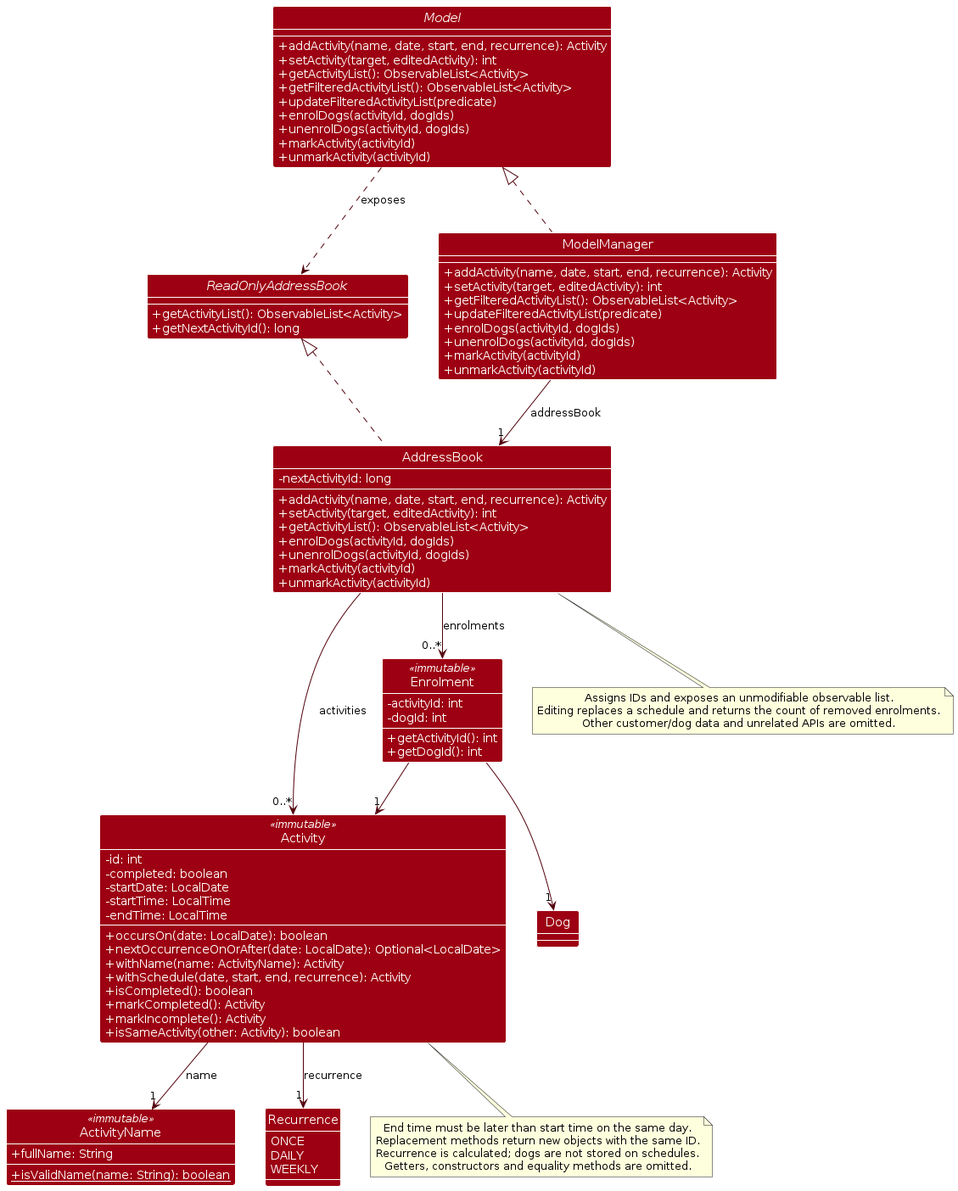
Before: diagrams/ActivityClassDiagram.png, a diagram exported from PlantUML (AY2627S1-CS2103T-T15-4/tp). Its source is kept beside it as diagrams/ActivityClassDiagram.puml.
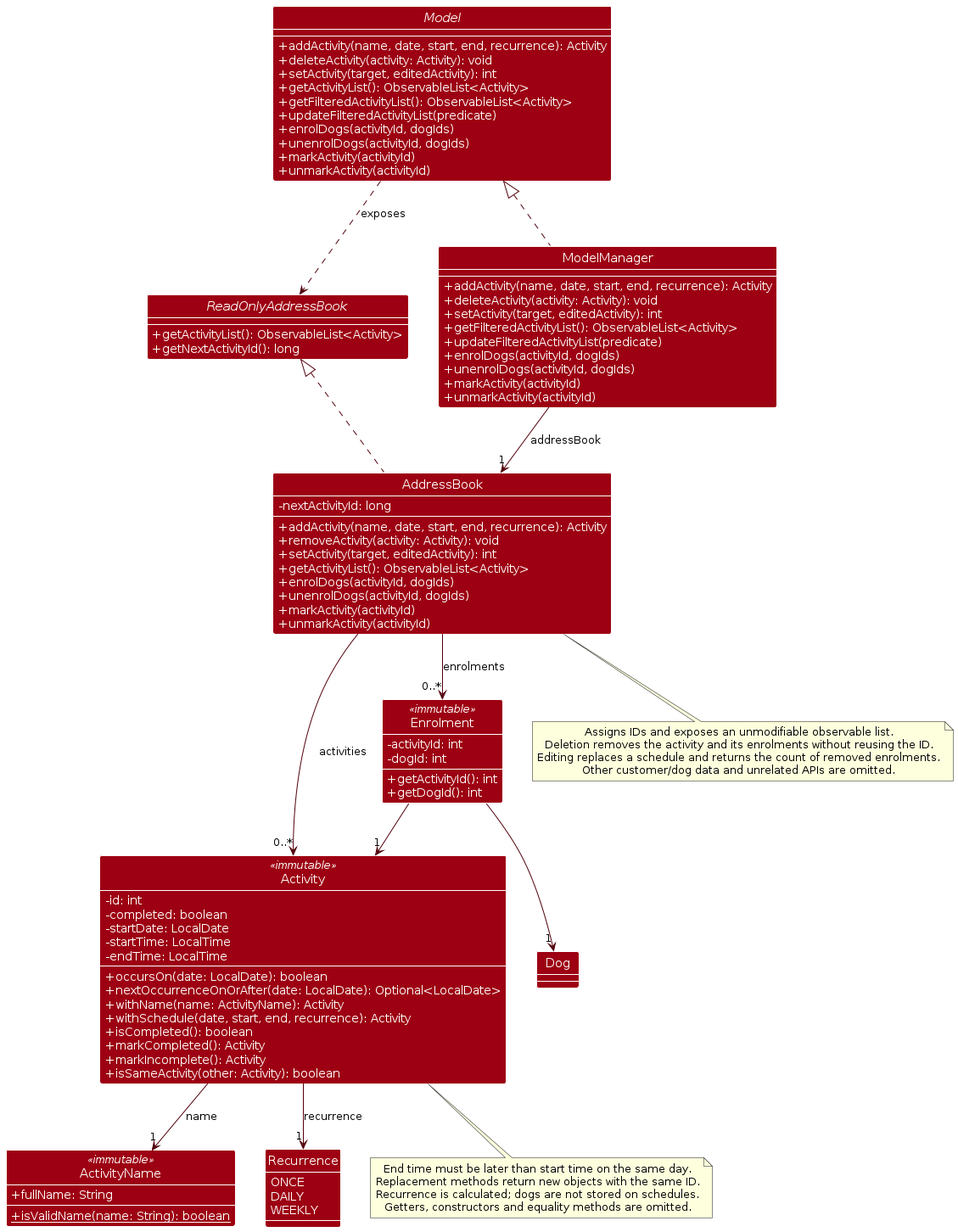
After the commit.

Change to the diagram source:
```diff
@@ -9,6 +9,7 @@
 
 interface Model {
   +addActivity(name, date, start, end, recurrence): Activity
+  +deleteActivity(activity: Activity): void
   +setActivity(target, editedActivity): int
   +getActivityList(): ObservableList<Activity>
   +getFilteredActivityList(): ObservableList<Activity>
@@ -21,6 +22,7 @@
 
 class ModelManager {
   +addActivity(name, date, start, end, recurrence): Activity
+  +deleteActivity(activity: Activity): void
   +setActivity(target, editedActivity): int
   +getFilteredActivityList(): ObservableList<Activity>
   +updateFilteredActivityList(predicate)
@@ -38,6 +40,7 @@
 class AddressBook {
   -nextActivityId: long
   +addActivity(name, date, start, end, recurrence): Activity
+  +removeActivity(activity: Activity): void
   +setActivity(target, editedActivity): int
   +getActivityList(): ObservableList<Activity>
   +enrolDogs(activityId, dogIds)
@@ -93,6 +96,7 @@
 
 note bottom of AddressBook
   Assigns IDs and exposes an unmodifiable observable list.
+  Deletion removes the activity and its enrolments without reusing the ID.
   Editing replaces a schedule and returns the count of removed enrolments.
   Other customer/dog data and unrelated APIs are omitted.
 end note
```
